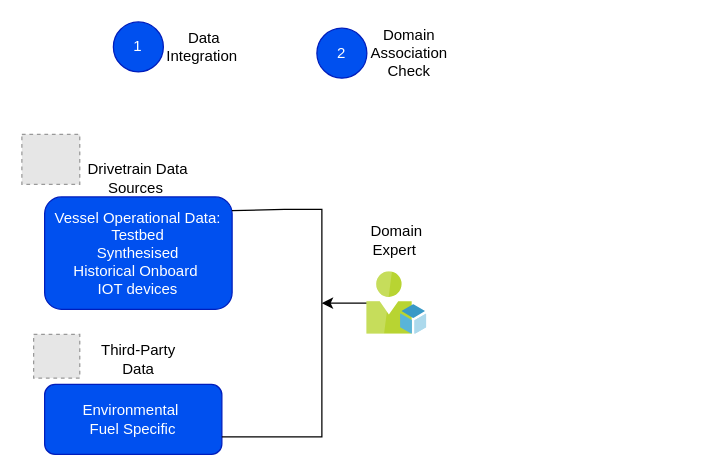
Earlier version of the draw.io diagram Untitled Diagram.drawio (aianxtec/maritime-optimisation). Source tidied: cells renumbered, new cells numbered last; positions are measured from the earlier drawing's top-left corner, leaving out a move shared by most shapes. Both pictures are drawn from the tidied source at 125%, with x=0, y=0 at pixel (21, 21). Pictures stored in the file or linked from it are replaced by grey dashed boxes.
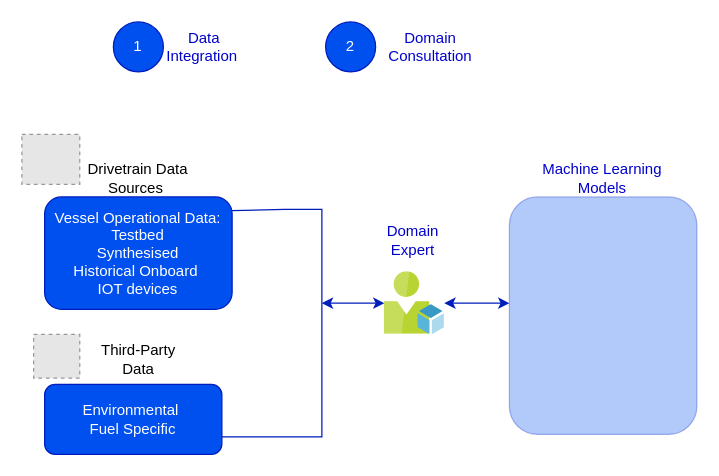
Above is the later version.

Commit message:
Machine learning models added

Unchanged cells that the change refers to:
```xml
<mxCell id="4" value="Vessel Operational Data:&lt;br&gt;Testbed&lt;br&gt;Synthesised&lt;br&gt;Historical Onboard&amp;nbsp;&lt;br&gt;IOT devices" style="text;html=1;strokeColor=#001DBC;fillColor=#0050ef;align=center;verticalAlign=middle;whiteSpace=wrap;rounded=1;fontColor=#ffffff;" parent="1" vertex="1">
  <mxGeometry x="18.2" y="140" width="150" height="90" as="geometry" />
</mxCell>
<mxCell id="7" value="Environmental&amp;nbsp;&lt;br&gt;Fuel Specific" style="text;html=1;strokeColor=#001DBC;fillColor=#0050ef;align=center;verticalAlign=middle;whiteSpace=wrap;rounded=1;fontColor=#ffffff;spacingTop=0;" parent="1" vertex="1">
  <mxGeometry x="18.2" y="290" width="141.8" height="56" as="geometry" />
</mxCell>
```

Change to the diagram source:
```diff
@@
-    <mxCell id="6" value="Data Integration&amp;nbsp;" style="text;html=1;strokeColor=none;fillColor=none;align=center;verticalAlign=middle;whiteSpace=wrap;rounded=0;" parent="1" vertex="1">
+    <mxCell id="6" value="Data Integration&amp;nbsp;" style="text;html=1;strokeColor=none;fillColor=none;align=center;verticalAlign=middle;whiteSpace=wrap;rounded=0;fontColor=#0000CC;gradientColor=#ffffff;" parent="1" vertex="1">
       <mxGeometry x="116.3" y="5" width="60" height="30" as="geometry" />
     </mxCell>
@@
-    <mxCell id="9" style="edgeStyle=orthogonalEdgeStyle;rounded=0;jettySize=auto;html=1;" parent="1" edge="1" source="10">
+    <mxCell id="9" style="edgeStyle=orthogonalEdgeStyle;rounded=0;jettySize=auto;html=1;startArrow=classic;startFill=1;fillColor=#0050ef;strokeColor=#001DBC;" parent="1" edge="1" source="10">
       <mxGeometry relative="1" as="geometry">
         <mxPoint x="240" y="225" as="targetPoint" />
       </mxGeometry>
     </mxCell>
+    <mxCell id="16" style="edgeStyle=orthogonalEdgeStyle;rounded=0;jettySize=auto;html=1;fontColor=#0000CC;startArrow=classic;startFill=1;fillColor=#0050ef;strokeColor=#001DBC;" parent="1" edge="1" source="10" target="18">
+      <mxGeometry relative="1" as="geometry">
+        <Array as="points">
+          <mxPoint x="370" y="225" />
+          <mxPoint x="370" y="225" />
+        </Array>
+      </mxGeometry>
+    </mxCell>
     <mxCell id="10" style="sketch=0;html=1;points=[];align=center;image;fontSize=12;image=img/lib/mscae/User_Resource.svg;rounded=1;strokeColor=default;" parent="1" vertex="1">
-      <mxGeometry x="276" y="200" width="48" height="50" as="geometry" />
+      <mxGeometry x="290" y="200" width="48" height="50" as="geometry" />
     </mxCell>
     <mxCell id="11" value="2" style="ellipse;whiteSpace=wrap;html=1;rounded=1;strokeColor=#001DBC;fillColor=#0050ef;fontColor=#ffffff;" parent="1" vertex="1">
-      <mxGeometry x="236" y="5" width="40" height="40" as="geometry" />
+      <mxGeometry x="243" width="40" height="40" as="geometry" />
     </mxCell>
-    <mxCell id="12" value="Domain Expert&amp;nbsp;" style="text;html=1;strokeColor=none;fillColor=none;align=center;verticalAlign=middle;whiteSpace=wrap;rounded=0;" parent="1" vertex="1">
-      <mxGeometry x="270" y="160" width="60" height="30" as="geometry" />
-    </mxCell>
-    <mxCell id="13" value="Domain Association Check" style="text;html=1;strokeColor=none;fillColor=none;align=center;verticalAlign=middle;whiteSpace=wrap;rounded=0;" parent="1" vertex="1">
-      <mxGeometry x="280" y="10" width="60" height="30" as="geometry" />
-    </mxCell>
-    <mxCell id="14" style="endArrow=none;html=1;rounded=0;exitX=0.999;exitY=0.122;exitDx=0;exitDy=0;exitPerimeter=0;entryX=1;entryY=0.75;entryDx=0;entryDy=0;" parent="1" edge="1" source="4" target="7">
+    <mxCell id="14" style="endArrow=none;html=1;rounded=0;exitX=0.999;exitY=0.122;exitDx=0;exitDy=0;exitPerimeter=0;entryX=1;entryY=0.75;entryDx=0;entryDy=0;fillColor=#0050ef;strokeColor=#001DBC;" parent="1" edge="1" source="4" target="7">
       <mxGeometry relative="1" as="geometry">
         <Array as="points">
           <mxPoint x="210" y="150" />
           <mxPoint x="240" y="150" />
           <mxPoint x="240" y="332" />
           <mxPoint x="200" y="332" />
         </Array>
       </mxGeometry>
     </mxCell>
@@
+    <mxCell id="17" value="Domain Consultation" style="text;html=1;strokeColor=none;fillColor=none;align=center;verticalAlign=middle;whiteSpace=wrap;rounded=0;fontColor=#0000CC;gradientColor=#ffffff;" parent="1" vertex="1">
+      <mxGeometry x="297" y="5" width="60" height="30" as="geometry" />
+    </mxCell>
+    <mxCell id="12" value="Domain Expert" style="text;html=1;strokeColor=none;fillColor=none;align=center;verticalAlign=middle;whiteSpace=wrap;rounded=0;fontColor=#0000CC;gradientColor=#ffffff;" parent="1" vertex="1">
+      <mxGeometry x="283" y="160" width="60" height="30" as="geometry" />
+    </mxCell>
+    <mxCell id="18" style="text;html=1;strokeColor=#001DBC;fillColor=#0050ef;align=center;verticalAlign=middle;whiteSpace=wrap;rounded=1;fontColor=#ffffff;opacity=30;" parent="1" vertex="1">
+      <mxGeometry x="390" y="140" width="150" height="190" as="geometry" />
+    </mxCell>
+    <mxCell id="19" value="Machine Learning Models" style="text;html=1;strokeColor=none;fillColor=none;align=center;verticalAlign=middle;whiteSpace=wrap;rounded=0;fontColor=#0000CC;gradientColor=#ffffff;" parent="1" vertex="1">
+      <mxGeometry x="412" y="110" width="105" height="30" as="geometry" />
+    </mxCell>
```
